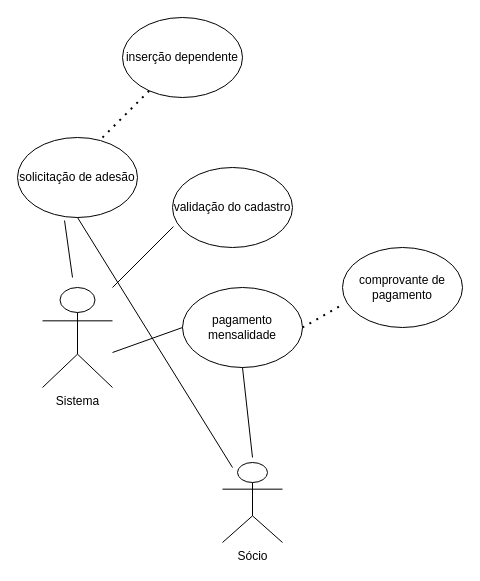
Earlier version of the draw.io diagram clube social.drawio (Liandry1994/exercicioCasodeUso). Source tidied: cells renumbered, new cells numbered last; positions are measured from the earlier drawing's top-left corner, leaving out a move shared by most shapes. Both pictures are drawn from the tidied source at 100%, with x=0, y=0 at pixel (17, 17).
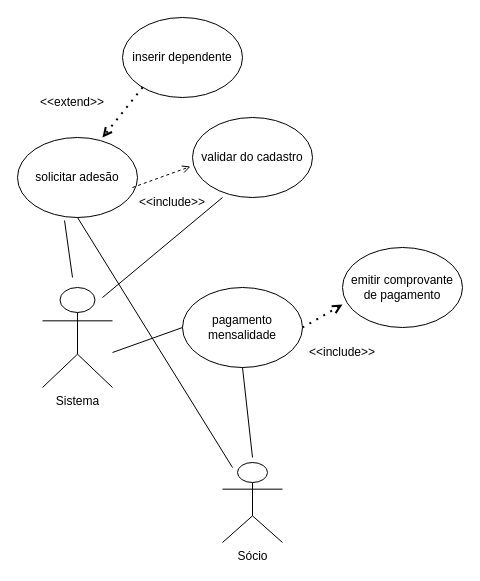
The same diagram, later.

The change refers to these unchanged cells:
```xml
<mxCell id="6" value="pagamento mensalidade" style="ellipse;whiteSpace=wrap;html=1;" parent="1" vertex="1">
  <mxGeometry x="165" y="270" width="120" height="80" as="geometry" />
</mxCell>
```

Change to the diagram source:
```diff
@@
-    <mxCell id="3" value="solicitação de adesão" style="ellipse;whiteSpace=wrap;html=1;" parent="1" vertex="1">
+    <mxCell id="3" value="solicitar adesão" style="ellipse;whiteSpace=wrap;html=1;" parent="1" vertex="1">
       <mxGeometry y="120" width="120" height="80" as="geometry" />
     </mxCell>
-    <mxCell id="4" value="inserção dependente" style="ellipse;whiteSpace=wrap;html=1;" parent="1" vertex="1">
+    <mxCell id="4" value="inserir dependente" style="ellipse;whiteSpace=wrap;html=1;" parent="1" vertex="1">
       <mxGeometry x="105" width="120" height="80" as="geometry" />
     </mxCell>
-    <mxCell id="5" style="endArrow=none;dashed=1;html=1;dashPattern=1 3;strokeWidth=2;rounded=0;" parent="1" edge="1">
+    <mxCell id="5" style="endArrow=open;dashed=1;html=1;dashPattern=1 3;strokeWidth=2;rounded=0;endFill=0;" parent="1" edge="1" source="4">
       <mxGeometry relative="1" as="geometry">
-        <mxPoint x="85" y="120" as="sourcePoint" />
-        <mxPoint x="135" y="70" as="targetPoint" />
+        <mxPoint x="85" y="120" as="targetPoint" />
+        <Array as="points">
+          <mxPoint x="125" y="70" />
+          <mxPoint x="85" y="120" />
+        </Array>
       </mxGeometry>
     </mxCell>
@@
-    <mxCell id="7" value="validação do cadastro" style="ellipse;whiteSpace=wrap;html=1;" parent="1" vertex="1">
-      <mxGeometry x="155" y="150" width="120" height="80" as="geometry" />
+    <mxCell id="7" value="validar do cadastro" style="ellipse;whiteSpace=wrap;html=1;" parent="1" vertex="1">
+      <mxGeometry x="175" y="100" width="120" height="80" as="geometry" />
     </mxCell>
@@
-    <mxCell id="9" style="endArrow=none;html=1;rounded=0;entryX=0.008;entryY=0.738;entryDx=0;entryDy=0;entryPerimeter=0;" parent="1" edge="1" target="7">
-      <mxGeometry relative="1" as="geometry">
-        <mxPoint x="95" y="270" as="sourcePoint" />
-      </mxGeometry>
-    </mxCell>
@@
-    <mxCell id="11" value="comprovante de pagamento" style="ellipse;whiteSpace=wrap;html=1;" parent="1" vertex="1">
+    <mxCell id="11" value="emitir comprovante de pagamento" style="ellipse;whiteSpace=wrap;html=1;" parent="1" vertex="1">
       <mxGeometry x="325" y="230" width="120" height="80" as="geometry" />
     </mxCell>
-    <mxCell id="12" style="endArrow=none;dashed=1;html=1;dashPattern=1 3;strokeWidth=2;rounded=0;exitX=1;exitY=0.5;exitDx=0;exitDy=0;entryX=0;entryY=0.713;entryDx=0;entryDy=0;entryPerimeter=0;" parent="1" edge="1" source="6" target="11">
+    <mxCell id="12" style="endArrow=open;dashed=1;html=1;dashPattern=1 3;strokeWidth=2;rounded=0;exitX=1;exitY=0.5;exitDx=0;exitDy=0;entryX=0;entryY=0.713;entryDx=0;entryDy=0;entryPerimeter=0;endFill=0;" parent="1" edge="1" source="6" target="11">
       <mxGeometry relative="1" as="geometry" />
     </mxCell>
@@
+    <mxCell id="16" value="&amp;lt;&amp;lt;include&amp;gt;&amp;gt;" style="text;html=1;strokeColor=none;fillColor=none;align=center;verticalAlign=middle;whiteSpace=wrap;rounded=0;" parent="1" vertex="1">
+      <mxGeometry x="295" y="320" width="60" height="30" as="geometry" />
+    </mxCell>
+    <mxCell id="17" value="&amp;lt;&amp;lt;extend&amp;gt;&amp;gt;" style="text;html=1;strokeColor=none;fillColor=none;align=center;verticalAlign=middle;whiteSpace=wrap;rounded=0;" parent="1" vertex="1">
+      <mxGeometry x="25" y="70" width="60" height="30" as="geometry" />
+    </mxCell>
+    <mxCell id="18" style="endArrow=open;dashed=1;html=1;rounded=0;entryX=-0.017;entryY=0.613;entryDx=0;entryDy=0;entryPerimeter=0;endFill=0;" parent="1" edge="1" target="7">
+      <mxGeometry relative="1" as="geometry">
+        <mxPoint x="115" y="170" as="sourcePoint" />
+      </mxGeometry>
+    </mxCell>
+    <mxCell id="19" value="&amp;lt;&amp;lt;include&amp;gt;&amp;gt;" style="text;html=1;strokeColor=none;fillColor=none;align=center;verticalAlign=middle;whiteSpace=wrap;rounded=0;" parent="1" vertex="1">
+      <mxGeometry x="125" y="170" width="60" height="30" as="geometry" />
+    </mxCell>
+    <mxCell id="20" style="endArrow=none;html=1;rounded=0;entryX=0.25;entryY=1;entryDx=0;entryDy=0;entryPerimeter=0;" parent="1" edge="1" target="7">
+      <mxGeometry relative="1" as="geometry">
+        <mxPoint x="85" y="280" as="sourcePoint" />
+      </mxGeometry>
+    </mxCell>
```
